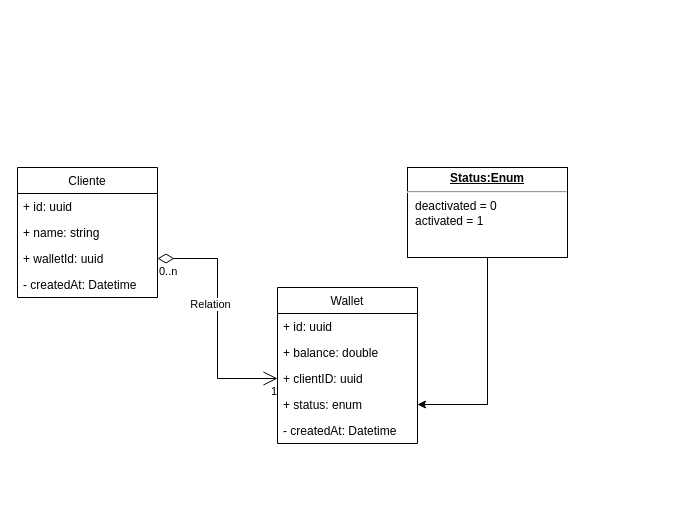
This is Diagrama sem nome.drawio from markossilva/draw-io-charts, a draw.io file, before an edit. Source tidied: cells renumbered, new cells numbered last; positions are measured from the earlier drawing's top-left corner, leaving out a move shared by most shapes. Both pictures are drawn from the tidied source at 100%, with x=0, y=0 at pixel (17, 167).
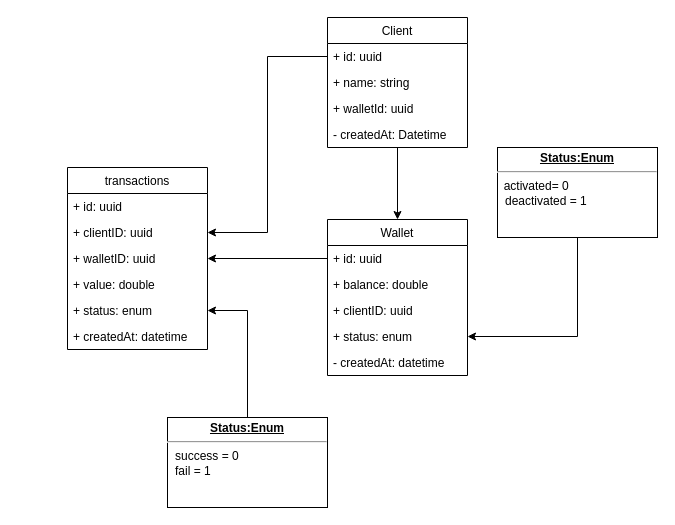
The same diagram, later.

Unchanged cells that the change refers to:
```xml
<mxCell id="3" value="+ id: uuid" style="text;strokeColor=none;fillColor=none;align=left;verticalAlign=top;spacingLeft=4;spacingRight=4;overflow=hidden;points=[[0,0.5],[1,0.5]];portConstraint=eastwest;" parent="2" vertex="1">
  <mxGeometry y="26" width="140" height="26" as="geometry" />
</mxCell>
<mxCell id="5" value="+ walletId: uuid" style="text;strokeColor=none;fillColor=none;align=left;verticalAlign=top;spacingLeft=4;spacingRight=4;overflow=hidden;points=[[0,0.5],[1,0.5]];portConstraint=eastwest;" parent="2" vertex="1">
  <mxGeometry y="78" width="140" height="26" as="geometry" />
</mxCell>
<mxCell id="8" value="+ id: uuid" style="text;strokeColor=none;fillColor=none;align=left;verticalAlign=top;spacingLeft=4;spacingRight=4;overflow=hidden;points=[[0,0.5],[1,0.5]];portConstraint=eastwest;" parent="7" vertex="1">
  <mxGeometry y="26" width="140" height="26" as="geometry" />
</mxCell>
<mxCell id="10" value="+ clientID: uuid" style="text;strokeColor=none;fillColor=none;align=left;verticalAlign=top;spacingLeft=4;spacingRight=4;overflow=hidden;points=[[0,0.5],[1,0.5]];portConstraint=eastwest;" parent="7" vertex="1">
  <mxGeometry y="78" width="140" height="26" as="geometry" />
</mxCell>
```

Diff of the diagram source:
```diff
@@
+    <mxCell id="18" style="edgeStyle=orthogonalEdgeStyle;rounded=0;jettySize=auto;html=1;entryX=0.5;entryY=0;entryDx=0;entryDy=0;" parent="1" edge="1" source="2" target="7">
+      <mxGeometry relative="1" as="geometry" />
+    </mxCell>
-    <mxCell id="2" value="Cliente" style="swimlane;fontStyle=0;horizontal=1;startSize=26;fillColor=none;" parent="1" vertex="1">
-      <mxGeometry width="140" height="130" as="geometry" />
+    <mxCell id="2" value="Client" style="swimlane;fontStyle=0;horizontal=1;startSize=26;fillColor=none;" parent="1" vertex="1">
+      <mxGeometry x="310" y="-150" width="140" height="130" as="geometry" />
     </mxCell>
@@
     <mxCell id="7" value="Wallet" style="swimlane;fontStyle=0;horizontal=1;startSize=26;fillColor=none;" parent="1" vertex="1">
-      <mxGeometry x="260" y="120" width="140" height="156" as="geometry" />
+      <mxGeometry x="310" y="52" width="140" height="156" as="geometry" />
     </mxCell>
@@
-    <mxCell id="12" value="- createdAt: Datetime" style="text;strokeColor=none;fillColor=none;align=left;verticalAlign=top;spacingLeft=4;spacingRight=4;overflow=hidden;" parent="7" vertex="1">
+    <mxCell id="12" value="- createdAt: datetime" style="text;strokeColor=none;fillColor=none;align=left;verticalAlign=top;spacingLeft=4;spacingRight=4;overflow=hidden;" parent="7" vertex="1">
       <mxGeometry y="130" width="140" height="26" as="geometry" />
     </mxCell>
-    <mxCell id="13" value="Relation" style="endArrow=open;html=1;endSize=12;startArrow=diamondThin;startSize=14;startFill=0;edgeStyle=orthogonalEdgeStyle;rounded=0;" parent="1" edge="1" source="5" target="10">
-      <mxGeometry x="-0.12" y="-7" relative="1" as="geometry" />
-    </mxCell>
-    <mxCell id="14" value="0..n" style="edgeLabel;html=1;align=left;verticalAlign=top;" parent="13" vertex="1">
-      <mxGeometry x="-1" relative="1" as="geometry" />
-    </mxCell>
-    <mxCell id="15" value="1" style="edgeLabel;html=1;align=right;verticalAlign=top;" parent="13" vertex="1">
-      <mxGeometry x="1" relative="1" as="geometry" />
-    </mxCell>
@@
-    <mxCell id="17" value="&lt;p style=&quot;margin:0px;margin-top:4px;text-align:center;text-decoration:underline;&quot;&gt;&lt;b&gt;Status:Enum&lt;/b&gt;&lt;/p&gt;&lt;hr&gt;&lt;p style=&quot;margin:0px;margin-left:8px;&quot;&gt;deactivated = 0&lt;br&gt;activated = 1&lt;br&gt;&lt;/p&gt;" style="verticalAlign=top;align=left;overflow=fill;fontSize=12;fontFamily=Helvetica;html=1;" parent="1" vertex="1">
-      <mxGeometry x="390" width="160" height="90" as="geometry" />
+    <mxCell id="17" value="&lt;p style=&quot;margin:0px;margin-top:4px;text-align:center;text-decoration:underline;&quot;&gt;&lt;b&gt;Status:Enum&lt;/b&gt;&lt;/p&gt;&lt;hr&gt;&amp;nbsp; activated&lt;span style=&quot;background-color: initial;&quot;&gt;= 0&lt;/span&gt;&lt;br&gt;&lt;p style=&quot;margin:0px;margin-left:8px;&quot;&gt;deactivated = 1&lt;br&gt;&lt;/p&gt;" style="verticalAlign=top;align=left;overflow=fill;fontSize=12;fontFamily=Helvetica;html=1;" parent="1" vertex="1">
+      <mxGeometry x="480" y="-20" width="160" height="90" as="geometry" />
     </mxCell>
+    <mxCell id="19" value="transactions" style="swimlane;fontStyle=0;horizontal=1;startSize=26;fillColor=none;" parent="1" vertex="1">
+      <mxGeometry x="50" width="140" height="182" as="geometry" />
+    </mxCell>
+    <mxCell id="20" value="+ id: uuid" style="text;strokeColor=none;fillColor=none;align=left;verticalAlign=top;spacingLeft=4;spacingRight=4;overflow=hidden;" parent="19" vertex="1">
+      <mxGeometry y="26" width="140" height="26" as="geometry" />
+    </mxCell>
+    <mxCell id="21" value="+ clientID: uuid" style="text;strokeColor=none;fillColor=none;align=left;verticalAlign=top;spacingLeft=4;spacingRight=4;overflow=hidden;points=[[0,0.5],[1,0.5]];portConstraint=eastwest;" parent="19" vertex="1">
+      <mxGeometry y="52" width="140" height="26" as="geometry" />
+    </mxCell>
+    <mxCell id="22" value="+ walletID: uuid" style="text;strokeColor=none;fillColor=none;align=left;verticalAlign=top;spacingLeft=4;spacingRight=4;overflow=hidden;points=[[0,0.5],[1,0.5]];portConstraint=eastwest;" parent="19" vertex="1">
+      <mxGeometry y="78" width="140" height="26" as="geometry" />
+    </mxCell>
+    <mxCell id="23" value="+ value: double" style="text;strokeColor=none;fillColor=none;align=left;verticalAlign=top;spacingLeft=4;spacingRight=4;overflow=hidden;" parent="19" vertex="1">
+      <mxGeometry y="104" width="140" height="26" as="geometry" />
+    </mxCell>
+    <mxCell id="24" value="+ status: enum" style="text;strokeColor=none;fillColor=none;align=left;verticalAlign=top;spacingLeft=4;spacingRight=4;overflow=hidden;points=[[0,0.5],[1,0.5]];portConstraint=eastwest;" parent="19" vertex="1">
+      <mxGeometry y="130" width="140" height="26" as="geometry" />
+    </mxCell>
+    <mxCell id="25" value="+ createdAt: datetime" style="text;strokeColor=none;fillColor=none;align=left;verticalAlign=top;spacingLeft=4;spacingRight=4;overflow=hidden;" parent="19" vertex="1">
+      <mxGeometry y="156" width="140" height="26" as="geometry" />
+    </mxCell>
+    <mxCell id="26" style="edgeStyle=orthogonalEdgeStyle;rounded=0;jettySize=auto;html=1;" parent="1" edge="1" source="27" target="24">
+      <mxGeometry relative="1" as="geometry" />
+    </mxCell>
+    <mxCell id="27" value="&lt;p style=&quot;margin:0px;margin-top:4px;text-align:center;text-decoration:underline;&quot;&gt;&lt;b&gt;Status:Enum&lt;/b&gt;&lt;/p&gt;&lt;hr&gt;&lt;p style=&quot;margin:0px;margin-left:8px;&quot;&gt;success = 0&lt;br&gt;fail = 1&lt;br&gt;&lt;/p&gt;" style="verticalAlign=top;align=left;overflow=fill;fontSize=12;fontFamily=Helvetica;html=1;" parent="1" vertex="1">
+      <mxGeometry x="150" y="250" width="160" height="90" as="geometry" />
+    </mxCell>
+    <mxCell id="28" style="edgeStyle=orthogonalEdgeStyle;rounded=0;jettySize=auto;html=1;exitX=0;exitY=0.5;exitDx=0;exitDy=0;" parent="1" edge="1" source="8" target="22">
+      <mxGeometry relative="1" as="geometry" />
+    </mxCell>
+    <mxCell id="29" style="edgeStyle=orthogonalEdgeStyle;rounded=0;jettySize=auto;html=1;exitX=0;exitY=0.5;exitDx=0;exitDy=0;" parent="1" edge="1" source="3" target="21">
+      <mxGeometry relative="1" as="geometry" />
+    </mxCell>
```
